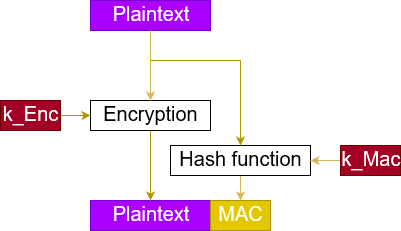
The draw.io diagram Tutorial_mdbook/book/img/EncAndMac.png in RUB-NDS/AKE-Cryptoverif-Tutorial, before a commit. Source tidied: cells renumbered, new cells last; positions are measured from the earlier drawing's top-left corner, leaving out a move shared by most shapes. Its diagram source:
```xml
<mxGraphModel>
  <root>
    <mxCell id="0" />
    <mxCell id="1" parent="0" />
    <mxCell id="2" value="&lt;font style=&quot;font-size: 20px&quot;&gt;Plaintext&lt;/font&gt;" style="rounded=0;whiteSpace=wrap;html=1;fillColor=#aa00ff;strokeColor=#7700CC;fontColor=#ffffff;" parent="1" vertex="1">
      <mxGeometry x="90" y="200" width="120" height="30" as="geometry" />
    </mxCell>
    <mxCell id="3" style="edgeStyle=orthogonalEdgeStyle;rounded=0;jettySize=auto;html=1;exitX=0.5;exitY=1;exitDx=0;exitDy=0;strokeWidth=1;fillColor=#e3c800;strokeColor=#B09500;" parent="1" edge="1" source="4" target="2">
      <mxGeometry relative="1" as="geometry" />
    </mxCell>
    <mxCell id="4" value="&lt;font style=&quot;font-size: 20px&quot;&gt;Encryption&lt;/font&gt;" style="rounded=0;whiteSpace=wrap;html=1;" parent="1" vertex="1">
      <mxGeometry x="90" y="100" width="120" height="30" as="geometry" />
    </mxCell>
    <mxCell id="5" value="&lt;font style=&quot;font-size: 20px&quot;&gt;Plaintext&lt;/font&gt;" style="rounded=0;whiteSpace=wrap;html=1;fillColor=#aa00ff;strokeColor=#7700CC;fontColor=#ffffff;" parent="1" vertex="1">
      <mxGeometry x="90" width="120" height="30" as="geometry" />
    </mxCell>
    <mxCell id="6" style="endArrow=classic;html=1;exitX=0.5;exitY=1;exitDx=0;exitDy=0;entryX=0.5;entryY=0;entryDx=0;entryDy=0;strokeWidth=1;fillColor=#fff2cc;strokeColor=#d6b656;" parent="1" edge="1" source="5" target="4">
      <mxGeometry relative="1" as="geometry" />
    </mxCell>
    <mxCell id="7" style="edgeStyle=orthogonalEdgeStyle;rounded=0;jettySize=auto;html=1;exitX=1;exitY=0.5;exitDx=0;exitDy=0;entryX=0;entryY=0.5;entryDx=0;entryDy=0;strokeWidth=1;fillColor=#e3c800;strokeColor=#B09500;" parent="1" edge="1" source="8" target="4">
      <mxGeometry relative="1" as="geometry" />
    </mxCell>
    <mxCell id="8" value="&lt;font style=&quot;font-size: 20px&quot;&gt;k_Enc&lt;/font&gt;" style="rounded=0;whiteSpace=wrap;html=1;fillColor=#a20025;strokeColor=#6F0000;fontColor=#ffffff;" parent="1" vertex="1">
      <mxGeometry y="100" width="60" height="30" as="geometry" />
    </mxCell>
    <mxCell id="9" style="edgeStyle=orthogonalEdgeStyle;rounded=0;jettySize=auto;html=1;exitX=0.5;exitY=1;exitDx=0;exitDy=0;entryX=0.5;entryY=0;entryDx=0;entryDy=0;fillColor=#fff2cc;strokeColor=#d6b656;" parent="1" edge="1" source="10" target="11">
      <mxGeometry relative="1" as="geometry" />
    </mxCell>
    <mxCell id="10" value="&lt;font style=&quot;font-size: 20px&quot;&gt;Hash function&lt;/font&gt;" style="rounded=0;whiteSpace=wrap;html=1;" parent="1" vertex="1">
      <mxGeometry x="170" y="145" width="140" height="30" as="geometry" />
    </mxCell>
    <mxCell id="11" value="&lt;font style=&quot;font-size: 20px&quot;&gt;MAC&lt;/font&gt;" style="rounded=0;whiteSpace=wrap;html=1;fillColor=#e3c800;strokeColor=#B09500;fontColor=#ffffff;" parent="1" vertex="1">
      <mxGeometry x="210" y="200" width="60" height="30" as="geometry" />
    </mxCell>
    <mxCell id="12" style="edgeStyle=orthogonalEdgeStyle;rounded=0;jettySize=auto;html=1;exitX=0;exitY=0.5;exitDx=0;exitDy=0;entryX=1;entryY=0.5;entryDx=0;entryDy=0;fillColor=#fff2cc;strokeColor=#d6b656;" parent="1" edge="1" source="13" target="10">
      <mxGeometry relative="1" as="geometry" />
    </mxCell>
    <mxCell id="13" value="&lt;font style=&quot;font-size: 20px&quot;&gt;k_Mac&lt;/font&gt;" style="rounded=0;whiteSpace=wrap;html=1;fillColor=#a20025;strokeColor=#6F0000;fontColor=#ffffff;" parent="1" vertex="1">
      <mxGeometry x="340" y="145" width="60" height="30" as="geometry" />
    </mxCell>
    <mxCell id="14" style="endArrow=none;html=1;strokeWidth=1;fillColor=#e3c800;strokeColor=#B09500;" parent="1" edge="1">
      <mxGeometry relative="1" as="geometry">
        <mxPoint x="240" y="60" as="sourcePoint" />
        <mxPoint x="150" y="60" as="targetPoint" />
      </mxGeometry>
    </mxCell>
    <mxCell id="15" style="endArrow=classic;html=1;strokeWidth=1;entryX=0.5;entryY=0;entryDx=0;entryDy=0;fillColor=#e3c800;strokeColor=#B09500;" parent="1" edge="1" target="10">
      <mxGeometry relative="1" as="geometry">
        <mxPoint x="240" y="60" as="sourcePoint" />
      </mxGeometry>
    </mxCell>
  </root>
</mxGraphModel>
```
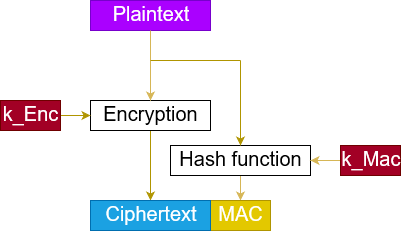
Above is the later version.

Commit message:
Corrected Image and added drawios

The edit, as a diff of the source:
```diff
@@ -2,11 +2,10 @@
   <root>
     <mxCell id="0" />
     <mxCell id="1" parent="0" />
-    <mxCell id="2" value="&lt;font style=&quot;font-size: 20px&quot;&gt;Plaintext&lt;/font&gt;" style="rounded=0;whiteSpace=wrap;html=1;fillColor=#aa00ff;strokeColor=#7700CC;fontColor=#ffffff;" parent="1" vertex="1">
-      <mxGeometry x="90" y="200" width="120" height="30" as="geometry" />
-    </mxCell>
-    <mxCell id="3" style="edgeStyle=orthogonalEdgeStyle;rounded=0;jettySize=auto;html=1;exitX=0.5;exitY=1;exitDx=0;exitDy=0;strokeWidth=1;fillColor=#e3c800;strokeColor=#B09500;" parent="1" edge="1" source="4" target="2">
-      <mxGeometry relative="1" as="geometry" />
+    <mxCell id="3" style="edgeStyle=orthogonalEdgeStyle;rounded=0;jettySize=auto;html=1;exitX=0.5;exitY=1;exitDx=0;exitDy=0;strokeWidth=1;fillColor=#e3c800;strokeColor=#B09500;" parent="1" edge="1" source="4">
+      <mxGeometry relative="1" as="geometry">
+        <mxPoint x="150" y="200" as="targetPoint" />
+      </mxGeometry>
     </mxCell>
     <mxCell id="4" value="&lt;font style=&quot;font-size: 20px&quot;&gt;Encryption&lt;/font&gt;" style="rounded=0;whiteSpace=wrap;html=1;" parent="1" vertex="1">
       <mxGeometry x="90" y="100" width="120" height="30" as="geometry" />
@@ -49,5 +48,8 @@
         <mxPoint x="240" y="60" as="sourcePoint" />
       </mxGeometry>
     </mxCell>
+    <mxCell id="16" value="&lt;font style=&quot;font-size: 20px&quot;&gt;Ciphertext&lt;/font&gt;" style="rounded=0;whiteSpace=wrap;html=1;fillColor=#1ba1e2;strokeColor=#006EAF;fontColor=#ffffff;" parent="1" vertex="1">
+      <mxGeometry x="90" y="200" width="120" height="30" as="geometry" />
+    </mxCell>
   </root>
 </mxGraphModel>
```
